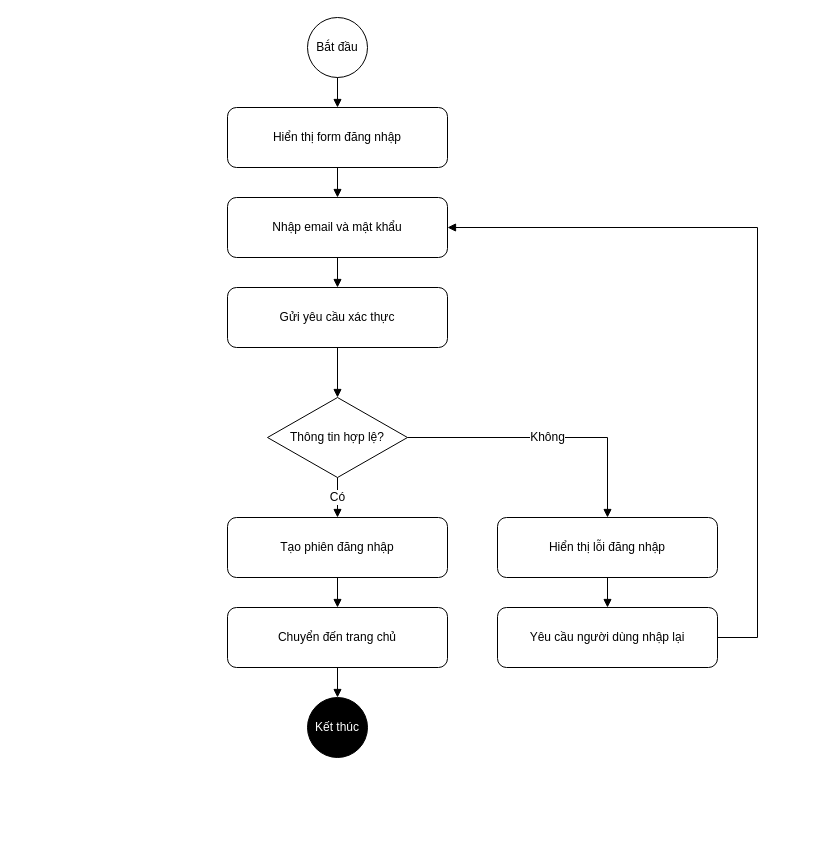
Earlier version of the draw.io diagram page "Hoạt động Đăng nhập" (1 of 5) of draw/VieGo_Activity_Diagrams.drawio (thienne1602/VieGo_Blog). Source tidied: cells renumbered, new cells numbered last; positions are measured from the earlier drawing's top-left corner, leaving out a move shared by most shapes. Both pictures are drawn from the tidied source at 100%, with x=0, y=0 at pixel (227, 17).
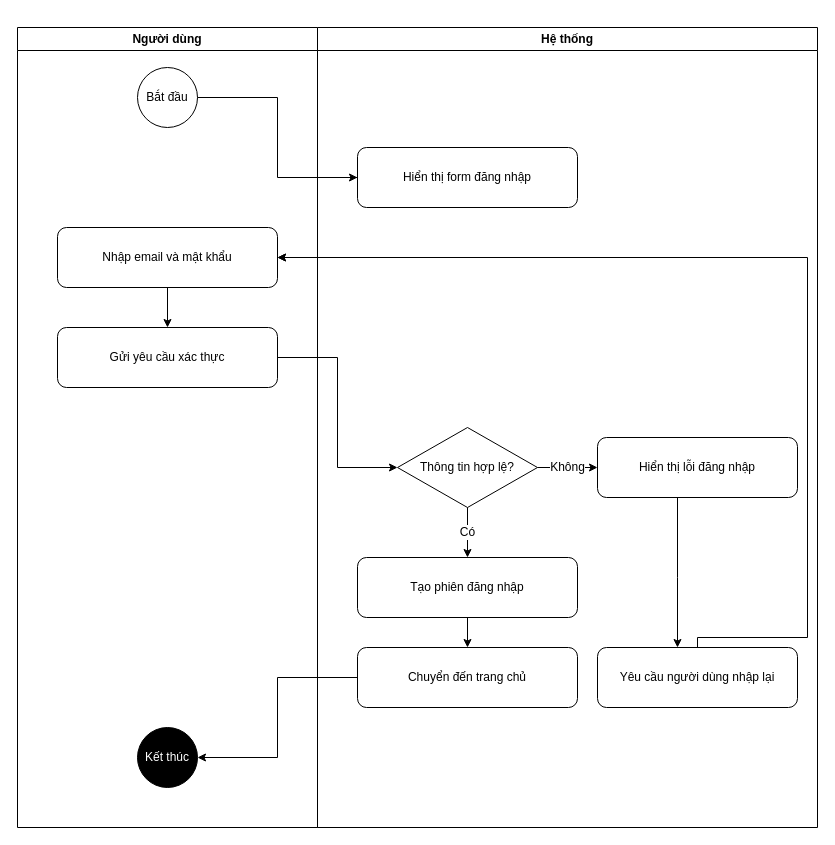
After the change.

Diff of the diagram source:
```diff
@@
+    <mxCell id="22" value="Người dùng" style="swimlane;whiteSpace=wrap;html=1;" parent="1" vertex="1">
+      <mxGeometry x="-210" y="10" width="300" height="800" as="geometry" />
+    </mxCell>
-    <mxCell id="2" value="Bắt đầu" style="ellipse;whiteSpace=wrap;html=1;" parent="1" vertex="1">
-      <mxGeometry x="80" width="60" height="60" as="geometry" />
+    <mxCell id="2" value="Bắt đầu" style="ellipse;whiteSpace=wrap;html=1;" parent="22" vertex="1">
+      <mxGeometry x="120" y="40" width="60" height="60" as="geometry" />
     </mxCell>
-    <mxCell id="3" value="Hiển thị form đăng nhập" style="rounded=1;whiteSpace=wrap;html=1;" parent="1" vertex="1">
-      <mxGeometry y="90" width="220" height="60" as="geometry" />
-    </mxCell>
-    <mxCell id="4" value="Nhập email và mật khẩu" style="rounded=1;whiteSpace=wrap;html=1;" parent="1" vertex="1">
-      <mxGeometry y="180" width="220" height="60" as="geometry" />
+    <mxCell id="4" value="Nhập email và mật khẩu" style="rounded=1;whiteSpace=wrap;html=1;" parent="22" vertex="1">
+      <mxGeometry x="40" y="200" width="220" height="60" as="geometry" />
     </mxCell>
-    <mxCell id="5" value="Gửi yêu cầu xác thực" style="rounded=1;whiteSpace=wrap;html=1;" parent="1" vertex="1">
-      <mxGeometry y="270" width="220" height="60" as="geometry" />
+    <mxCell id="5" value="Gửi yêu cầu xác thực" style="rounded=1;whiteSpace=wrap;html=1;" parent="22" vertex="1">
+      <mxGeometry x="40" y="300" width="220" height="60" as="geometry" />
     </mxCell>
+    <mxCell id="9" value="Kết thúc" style="ellipse;whiteSpace=wrap;html=1;fillColor=#000000;fontColor=#ffffff;" parent="22" vertex="1">
+      <mxGeometry x="120" y="700" width="60" height="60" as="geometry" />
+    </mxCell>
+    <mxCell id="23" value="Hệ thống" style="swimlane;whiteSpace=wrap;html=1;" parent="1" vertex="1">
+      <mxGeometry x="90" y="10" width="500" height="800" as="geometry" />
+    </mxCell>
+    <mxCell id="3" value="Hiển thị form đăng nhập" style="rounded=1;whiteSpace=wrap;html=1;" parent="23" vertex="1">
+      <mxGeometry x="40" y="120" width="220" height="60" as="geometry" />
+    </mxCell>
-    <mxCell id="6" value="Thông tin hợp lệ?" style="rhombus;whiteSpace=wrap;html=1;" parent="1" vertex="1">
-      <mxGeometry x="40" y="380" width="140" height="80" as="geometry" />
+    <mxCell id="6" value="Thông tin hợp lệ?" style="rhombus;whiteSpace=wrap;html=1;" parent="23" vertex="1">
+      <mxGeometry x="80" y="400" width="140" height="80" as="geometry" />
     </mxCell>
-    <mxCell id="7" value="Tạo phiên đăng nhập" style="rounded=1;whiteSpace=wrap;html=1;" parent="1" vertex="1">
-      <mxGeometry y="500" width="220" height="60" as="geometry" />
+    <mxCell id="7" value="Tạo phiên đăng nhập" style="rounded=1;whiteSpace=wrap;html=1;" parent="23" vertex="1">
+      <mxGeometry x="40" y="530" width="220" height="60" as="geometry" />
     </mxCell>
-    <mxCell id="8" value="Chuyển đến trang chủ" style="rounded=1;whiteSpace=wrap;html=1;" parent="1" vertex="1">
-      <mxGeometry y="590" width="220" height="60" as="geometry" />
+    <mxCell id="8" value="Chuyển đến trang chủ" style="rounded=1;whiteSpace=wrap;html=1;" parent="23" vertex="1">
+      <mxGeometry x="40" y="620" width="220" height="60" as="geometry" />
     </mxCell>
-    <mxCell id="9" value="Kết thúc" style="ellipse;whiteSpace=wrap;html=1;fillColor=#000000;fontColor=#ffffff;" parent="1" vertex="1">
-      <mxGeometry x="80" y="680" width="60" height="60" as="geometry" />
-    </mxCell>
-    <mxCell id="10" value="Hiển thị lỗi đăng nhập" style="rounded=1;whiteSpace=wrap;html=1;" parent="1" vertex="1">
-      <mxGeometry x="270" y="500" width="220" height="60" as="geometry" />
+    <mxCell id="10" value="Hiển thị lỗi đăng nhập" style="rounded=1;whiteSpace=wrap;html=1;" parent="23" vertex="1">
+      <mxGeometry x="280" y="410" width="200" height="60" as="geometry" />
     </mxCell>
-    <mxCell id="11" value="Yêu cầu người dùng nhập lại" style="rounded=1;whiteSpace=wrap;html=1;" parent="1" vertex="1">
-      <mxGeometry x="270" y="590" width="220" height="60" as="geometry" />
+    <mxCell id="11" value="Yêu cầu người dùng nhập lại" style="rounded=1;whiteSpace=wrap;html=1;" parent="23" vertex="1">
+      <mxGeometry x="280" y="620" width="200" height="60" as="geometry" />
     </mxCell>
-    <mxCell id="12" style="edgeStyle=orthogonalEdgeStyle;rounded=0;jettySize=auto;html=1;endArrow=block;endFill=1;" parent="1" edge="1" source="2" target="3">
+    <mxCell id="12" style="edgeStyle=orthogonalEdgeStyle;rounded=0;jettySize=auto;html=1;entryX=0;entryY=0.5;entryDx=0;entryDy=0;" parent="1" edge="1" source="2" target="3">
       <mxGeometry relative="1" as="geometry" />
     </mxCell>
-    <mxCell id="13" style="edgeStyle=orthogonalEdgeStyle;rounded=0;jettySize=auto;html=1;endArrow=block;endFill=1;" parent="1" edge="1" source="3" target="4">
+    <mxCell id="13" style="edgeStyle=orthogonalEdgeStyle;rounded=0;jettySize=auto;html=1;entryX=1;entryY=0.5;entryDx=0;entryDy=0;" parent="1" edge="1" source="3" target="4">
       <mxGeometry relative="1" as="geometry" />
     </mxCell>
-    <mxCell id="14" style="edgeStyle=orthogonalEdgeStyle;rounded=0;jettySize=auto;html=1;endArrow=block;endFill=1;" parent="1" edge="1" source="4" target="5">
+    <mxCell id="14" style="edgeStyle=orthogonalEdgeStyle;rounded=0;jettySize=auto;html=1;" parent="1" edge="1" source="4" target="5">
       <mxGeometry relative="1" as="geometry" />
     </mxCell>
-    <mxCell id="15" style="edgeStyle=orthogonalEdgeStyle;rounded=0;jettySize=auto;html=1;endArrow=block;endFill=1;" parent="1" edge="1" source="5" target="6">
+    <mxCell id="15" style="edgeStyle=orthogonalEdgeStyle;rounded=0;jettySize=auto;html=1;entryX=0;entryY=0.5;entryDx=0;entryDy=0;" parent="1" edge="1" source="5" target="6">
       <mxGeometry relative="1" as="geometry" />
     </mxCell>
-    <mxCell id="16" value="Có" style="edgeStyle=orthogonalEdgeStyle;rounded=0;jettySize=auto;html=1;endArrow=block;endFill=1;fontSize=12;" parent="1" edge="1" source="6" target="7">
+    <mxCell id="16" value="Có" style="edgeStyle=orthogonalEdgeStyle;rounded=0;jettySize=auto;html=1;fontSize=12;" parent="1" edge="1" source="6" target="7">
       <mxGeometry relative="1" as="geometry" />
     </mxCell>
-    <mxCell id="17" style="edgeStyle=orthogonalEdgeStyle;rounded=0;jettySize=auto;html=1;endArrow=block;endFill=1;" parent="1" edge="1" source="7" target="8">
+    <mxCell id="17" style="edgeStyle=orthogonalEdgeStyle;rounded=0;jettySize=auto;html=1;" parent="1" edge="1" source="7" target="8">
       <mxGeometry relative="1" as="geometry" />
     </mxCell>
-    <mxCell id="18" style="edgeStyle=orthogonalEdgeStyle;rounded=0;jettySize=auto;html=1;endArrow=block;endFill=1;" parent="1" edge="1" source="8" target="9">
+    <mxCell id="18" style="edgeStyle=orthogonalEdgeStyle;rounded=0;jettySize=auto;html=1;entryX=1;entryY=0.5;entryDx=0;entryDy=0;" parent="1" edge="1" source="8" target="9">
       <mxGeometry relative="1" as="geometry" />
     </mxCell>
-    <mxCell id="19" value="Không" style="edgeStyle=orthogonalEdgeStyle;rounded=0;jettySize=auto;html=1;endArrow=block;endFill=1;fontSize=12;" parent="1" edge="1" source="6" target="10">
+    <mxCell id="19" value="Không" style="edgeStyle=orthogonalEdgeStyle;rounded=0;jettySize=auto;html=1;fontSize=12;" parent="1" edge="1" source="6" target="10">
       <mxGeometry relative="1" as="geometry" />
     </mxCell>
-    <mxCell id="20" style="edgeStyle=orthogonalEdgeStyle;rounded=0;jettySize=auto;html=1;endArrow=block;endFill=1;" parent="1" edge="1" source="10" target="11">
-      <mxGeometry relative="1" as="geometry" />
+    <mxCell id="20" style="edgeStyle=orthogonalEdgeStyle;rounded=0;jettySize=auto;html=1;" parent="1" edge="1" source="10" target="11">
+      <mxGeometry relative="1" as="geometry">
+        <Array as="points">
+          <mxPoint x="450" y="560" />
+          <mxPoint x="450" y="560" />
+        </Array>
+      </mxGeometry>
     </mxCell>
-    <mxCell id="21" style="edgeStyle=orthogonalEdgeStyle;rounded=0;jettySize=auto;html=1;endArrow=block;endFill=1;" parent="1" edge="1" source="11" target="4">
+    <mxCell id="21" style="edgeStyle=orthogonalEdgeStyle;rounded=0;jettySize=auto;html=1;entryX=1;entryY=0.5;entryDx=0;entryDy=0;" parent="1" edge="1" source="11" target="4">
       <mxGeometry relative="1" as="geometry">
         <Array as="points">
-          <mxPoint x="530" y="620" />
-          <mxPoint x="530" y="210" />
+          <mxPoint x="470" y="620" />
+          <mxPoint x="580" y="620" />
+          <mxPoint x="580" y="240" />
         </Array>
       </mxGeometry>
     </mxCell>
```
